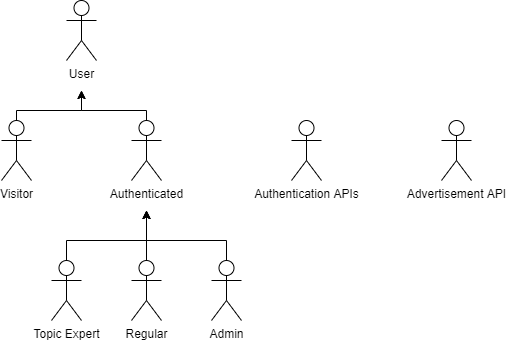
joaonmatos/feup-lbaw keeps this draw.io diagram as docs/actors.png. Above is the earlier version. Source tidied: cells renumbered, new cells last; positions are measured from the earlier drawing's top-left corner, leaving out a move shared by most shapes.
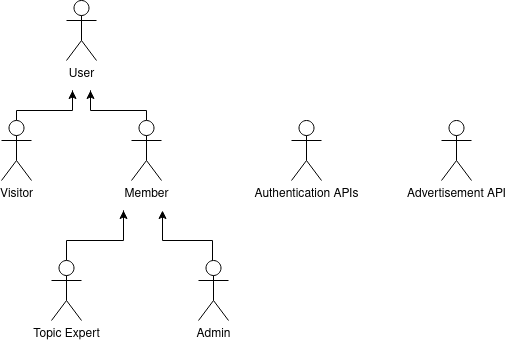
After the change.

Commit message:
Update actor diagram

The edit, as a diff of the source:
```diff
@@ -7,10 +7,11 @@
     </mxCell>
     <mxCell id="3" style="edgeStyle=orthogonalEdgeStyle;rounded=0;jettySize=auto;html=1;" parent="1" edge="1" source="4">
       <mxGeometry relative="1" as="geometry">
-        <mxPoint x="80" y="90" as="targetPoint" />
+        <mxPoint x="71" y="90" as="targetPoint" />
         <Array as="points">
           <mxPoint x="15" y="110" />
-          <mxPoint x="80" y="110" />
+          <mxPoint x="71" y="110" />
+          <mxPoint x="71" y="90" />
         </Array>
       </mxGeometry>
     </mxCell>
@@ -19,48 +20,42 @@
     </mxCell>
     <mxCell id="5" style="edgeStyle=orthogonalEdgeStyle;rounded=0;jettySize=auto;html=1;" parent="1" edge="1" source="6">
       <mxGeometry relative="1" as="geometry">
-        <mxPoint x="80" y="90" as="targetPoint" />
+        <mxPoint x="89" y="90" as="targetPoint" />
         <Array as="points">
           <mxPoint x="145" y="110" />
-          <mxPoint x="80" y="110" />
+          <mxPoint x="89" y="110" />
+          <mxPoint x="89" y="90" />
         </Array>
       </mxGeometry>
     </mxCell>
-    <mxCell id="6" value="Authenticated" style="shape=umlActor;verticalLabelPosition=bottom;labelBackgroundColor=#ffffff;verticalAlign=top;html=1;" parent="1" vertex="1">
+    <mxCell id="6" value="Member" style="shape=umlActor;verticalLabelPosition=bottom;labelBackgroundColor=#ffffff;verticalAlign=top;html=1;" parent="1" vertex="1">
       <mxGeometry x="130" y="120" width="30" height="60" as="geometry" />
     </mxCell>
     <mxCell id="7" style="edgeStyle=orthogonalEdgeStyle;rounded=0;jettySize=auto;html=1;" parent="1" edge="1" source="8">
       <mxGeometry relative="1" as="geometry">
-        <mxPoint x="145" y="210" as="targetPoint" />
+        <mxPoint x="161" y="210" as="targetPoint" />
         <Array as="points">
-          <mxPoint x="225" y="240" />
-          <mxPoint x="145" y="240" />
+          <mxPoint x="211" y="240" />
+          <mxPoint x="161" y="240" />
         </Array>
       </mxGeometry>
     </mxCell>
     <mxCell id="8" value="Admin" style="shape=umlActor;verticalLabelPosition=bottom;labelBackgroundColor=#ffffff;verticalAlign=top;html=1;" parent="1" vertex="1">
-      <mxGeometry x="210" y="260" width="30" height="60" as="geometry" />
+      <mxGeometry x="197" y="260" width="30" height="60" as="geometry" />
     </mxCell>
     <mxCell id="9" style="edgeStyle=orthogonalEdgeStyle;rounded=0;jettySize=auto;html=1;exitX=0.5;exitY=0;exitDx=0;exitDy=0;exitPerimeter=0;" parent="1" edge="1" source="10">
       <mxGeometry relative="1" as="geometry">
-        <mxPoint x="145" y="210" as="targetPoint" />
+        <mxPoint x="122" y="210" as="targetPoint" />
         <Array as="points">
           <mxPoint x="65" y="240" />
-          <mxPoint x="145" y="240" />
+          <mxPoint x="122" y="240" />
+          <mxPoint x="122" y="210" />
         </Array>
       </mxGeometry>
     </mxCell>
     <mxCell id="10" value="Topic Expert" style="shape=umlActor;verticalLabelPosition=bottom;labelBackgroundColor=#ffffff;verticalAlign=top;html=1;" parent="1" vertex="1">
       <mxGeometry x="50" y="260" width="30" height="60" as="geometry" />
     </mxCell>
-    <mxCell id="11" style="edgeStyle=orthogonalEdgeStyle;rounded=0;jettySize=auto;html=1;" parent="1" edge="1" source="12">
-      <mxGeometry relative="1" as="geometry">
-        <mxPoint x="145" y="210" as="targetPoint" />
-      </mxGeometry>
-    </mxCell>
-    <mxCell id="12" value="Regular" style="shape=umlActor;verticalLabelPosition=bottom;labelBackgroundColor=#ffffff;verticalAlign=top;html=1;" parent="1" vertex="1">
-      <mxGeometry x="130" y="260" width="30" height="60" as="geometry" />
-    </mxCell>
     <mxCell id="13" value="Authentication APIs" style="shape=umlActor;verticalLabelPosition=bottom;labelBackgroundColor=#ffffff;verticalAlign=top;html=1;" parent="1" vertex="1">
       <mxGeometry x="290" y="120" width="30" height="60" as="geometry" />
     </mxCell>
```
